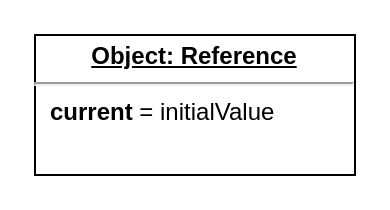
Earlier version of the draw.io diagram content/posts/121-react-useref-guide/diagrams/reference.drawio (panzerdp/dmitripavlutin.com). Source tidied: cells renumbered, new cells numbered last; positions are measured from the earlier drawing's top-left corner, leaving out a move shared by most shapes. Both pictures are drawn from the tidied source at 200%, with x=0, y=0 at pixel (34, 34).
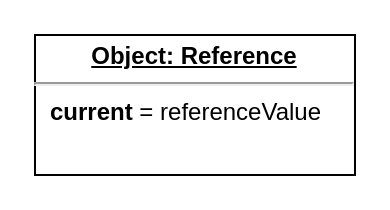
After the change.

Diff of the diagram source:
```diff
@@
 <mxGraphModel>
   <root>
     <mxCell id="0" />
     <mxCell id="1" parent="0" />
-    <mxCell id="2" value="&lt;p style=&quot;margin: 0px ; margin-top: 4px ; text-align: center ; text-decoration: underline&quot;&gt;&lt;b&gt;Object: Reference&lt;/b&gt;&lt;/p&gt;&lt;hr&gt;&lt;p style=&quot;margin: 0px ; margin-left: 8px&quot;&gt;&lt;b&gt;current&lt;/b&gt; = initialValue&lt;br&gt;&lt;/p&gt;" style="verticalAlign=top;align=left;overflow=fill;fontSize=12;fontFamily=Helvetica;html=1;" parent="1" vertex="1">
+    <mxCell id="2" value="&lt;p style=&quot;margin: 0px ; margin-top: 4px ; text-align: center ; text-decoration: underline&quot;&gt;&lt;b&gt;Object: Reference&lt;/b&gt;&lt;/p&gt;&lt;hr&gt;&lt;p style=&quot;margin: 0px ; margin-left: 8px&quot;&gt;&lt;b&gt;current&lt;/b&gt; = referenceValue&lt;br&gt;&lt;/p&gt;" style="verticalAlign=top;align=left;overflow=fill;fontSize=12;fontFamily=Helvetica;html=1;" parent="1" vertex="1">
       <mxGeometry width="160" height="70" as="geometry" />
     </mxCell>
   </root>
 </mxGraphModel>
```
